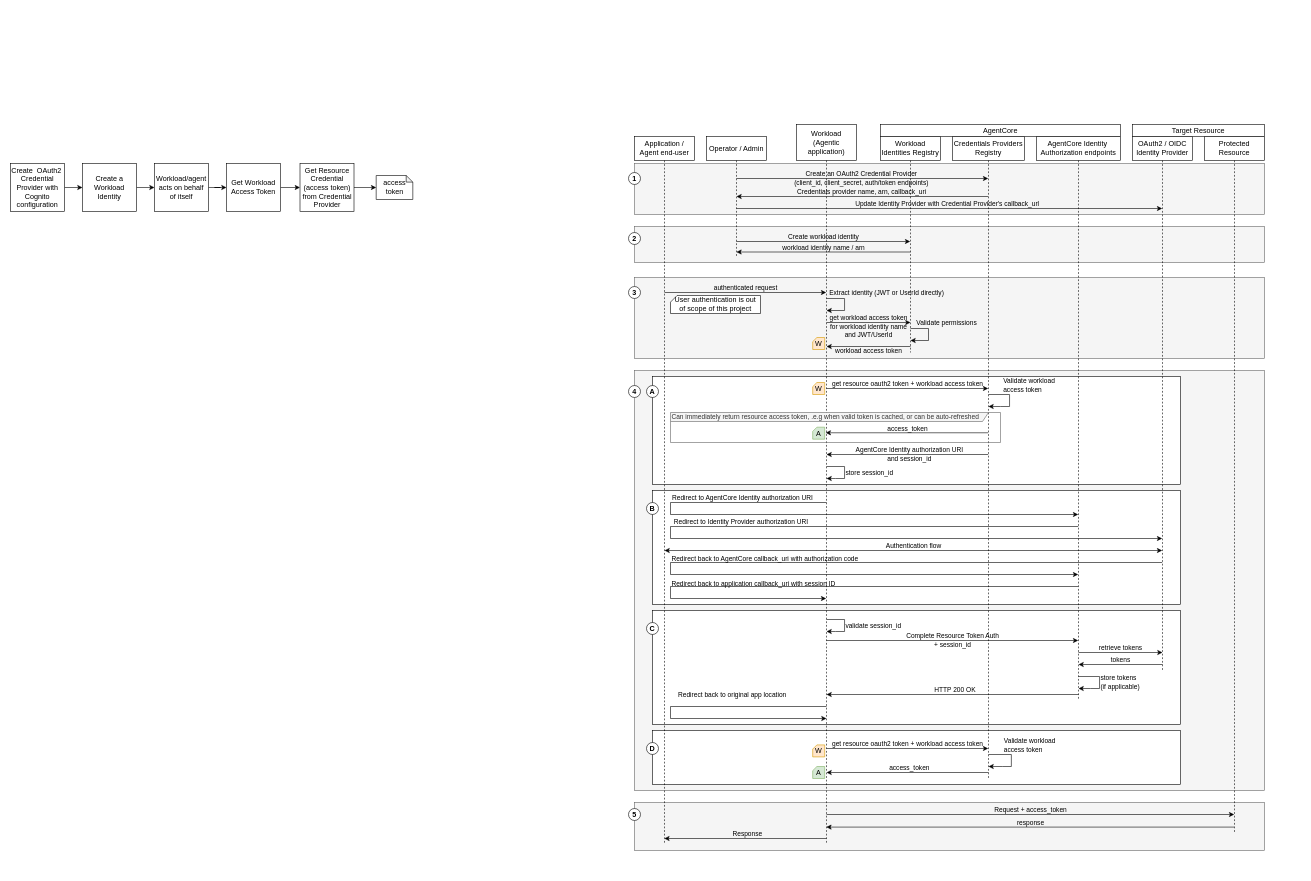
Earlier version of the draw.io diagram identity-user-federation-with-jwt/images/architecture.drawio (aal80/agentcore-samples). Source tidied: cells renumbered, new cells numbered last; positions are measured from the earlier drawing's top-left corner, leaving out a move shared by most shapes. Both pictures are drawn from the tidied source at 60%, with x=0, y=0 at pixel (10, 124).
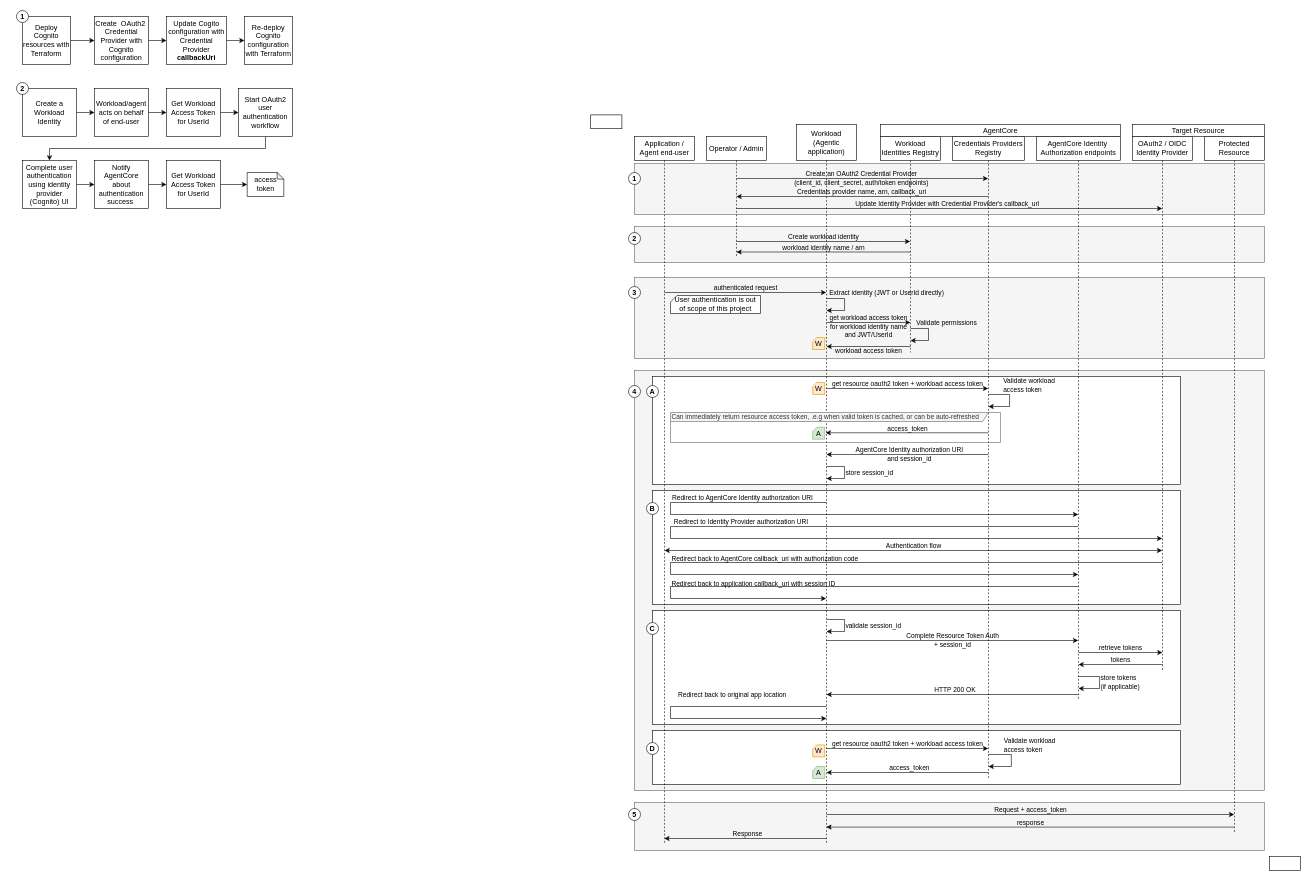
Above is the later version.

Diff of the diagram source:
```diff
@@
-    <mxCell id="31" style="edgeStyle=orthogonalEdgeStyle;rounded=0;jettySize=auto;html=1;exitX=1;exitY=0.5;exitDx=0;exitDy=0;" parent="1" edge="1" source="32" target="34">
+    <mxCell id="31" style="edgeStyle=orthogonalEdgeStyle;rounded=0;jettySize=auto;html=1;exitX=1;exitY=0.5;exitDx=0;exitDy=0;entryX=0;entryY=0.5;entryDx=0;entryDy=0;" parent="1" edge="1" source="32" target="34">
       <mxGeometry relative="1" as="geometry" />
     </mxCell>
-    <mxCell id="32" value="Workload/agent acts on behalf of itself" style="rounded=0;whiteSpace=wrap;html=1;" parent="1" vertex="1">
-      <mxGeometry x="240" y="65" width="90" height="80" as="geometry" />
+    <mxCell id="32" value="Workload/agent acts on behalf of end-user" style="rounded=0;whiteSpace=wrap;html=1;" parent="1" vertex="1">
+      <mxGeometry x="140" y="-60" width="90" height="80" as="geometry" />
     </mxCell>
@@
-    <mxCell id="34" value="Get Workload Access Token" style="rounded=0;whiteSpace=wrap;html=1;" parent="1" vertex="1">
-      <mxGeometry x="360" y="65" width="90" height="80" as="geometry" />
+    <mxCell id="34" value="Get Workload Access Token for UserId" style="rounded=0;whiteSpace=wrap;html=1;" parent="1" vertex="1">
+      <mxGeometry x="260" y="-60" width="90" height="80" as="geometry" />
     </mxCell>
-    <mxCell id="35" style="edgeStyle=orthogonalEdgeStyle;rounded=0;jettySize=auto;html=1;exitX=1;exitY=0.5;exitDx=0;exitDy=0;entryX=0;entryY=0.5;entryDx=0;entryDy=0;" parent="1" edge="1" source="36" target="38">
-      <mxGeometry relative="1" as="geometry" />
-    </mxCell>
-    <mxCell id="36" value="Create&amp;nbsp; OAuth2&amp;nbsp;&lt;div&gt;Credential Provider with Cognito configuration&lt;/div&gt;" style="rounded=0;whiteSpace=wrap;html=1;" parent="1" vertex="1">
-      <mxGeometry y="65" width="90" height="80" as="geometry" />
-    </mxCell>
@@
     <mxCell id="38" value="Create a Workload Identity" style="rounded=0;whiteSpace=wrap;html=1;" parent="1" vertex="1">
-      <mxGeometry x="120" y="65" width="90" height="80" as="geometry" />
+      <mxGeometry x="20" y="-60" width="90" height="80" as="geometry" />
     </mxCell>
+    <mxCell id="81" style="edgeStyle=orthogonalEdgeStyle;rounded=0;jettySize=auto;html=1;exitX=0.5;exitY=1;exitDx=0;exitDy=0;entryX=0.5;entryY=0;entryDx=0;entryDy=0;" parent="1" edge="1" source="39" target="93">
+      <mxGeometry relative="1" as="geometry" />
+    </mxCell>
-    <mxCell id="39" value="Get Resource Credential (access token) from Credential Provider" style="rounded=0;whiteSpace=wrap;html=1;" parent="1" vertex="1">
-      <mxGeometry x="482.5" y="65" width="90" height="80" as="geometry" />
+    <mxCell id="39" value="Start OAuth2 user authentication workflow" style="rounded=0;whiteSpace=wrap;html=1;" parent="1" vertex="1">
+      <mxGeometry x="380" y="-60" width="90" height="80" as="geometry" />
     </mxCell>
     <mxCell id="40" value="access token" style="shape=note;whiteSpace=wrap;html=1;backgroundOutline=1;darkOpacity=0.05;size=11;" parent="1" vertex="1">
-      <mxGeometry x="609.5" y="85" width="61" height="40" as="geometry" />
+      <mxGeometry x="394.5" y="80" width="61" height="40" as="geometry" />
     </mxCell>
-    <mxCell id="41" style="edgeStyle=orthogonalEdgeStyle;rounded=0;jettySize=auto;html=1;exitX=1;exitY=0.5;exitDx=0;exitDy=0;entryX=0;entryY=0.5;entryDx=0;entryDy=0;entryPerimeter=0;" parent="1" edge="1" source="39" target="40">
-      <mxGeometry relative="1" as="geometry" />
-    </mxCell>
@@
+    <mxCell id="82" style="rounded=0;whiteSpace=wrap;html=1;" parent="1" vertex="1">
+      <mxGeometry x="967" y="-16" width="52" height="23" as="geometry" />
+    </mxCell>
+    <mxCell id="83" style="rounded=0;whiteSpace=wrap;html=1;" parent="1" vertex="1">
+      <mxGeometry x="2098" y="1220" width="52" height="23" as="geometry" />
+    </mxCell>
+    <mxCell id="84" style="edgeStyle=orthogonalEdgeStyle;rounded=0;jettySize=auto;html=1;exitX=1;exitY=0.5;exitDx=0;exitDy=0;entryX=0;entryY=0.5;entryDx=0;entryDy=0;" parent="1" edge="1" source="85" target="36">
+      <mxGeometry relative="1" as="geometry" />
+    </mxCell>
+    <mxCell id="85" value="Deploy Cognito resources with Terraform" style="rounded=0;whiteSpace=wrap;html=1;" parent="1" vertex="1">
+      <mxGeometry x="20" y="-180" width="80" height="80" as="geometry" />
+    </mxCell>
+    <mxCell id="86" style="edgeStyle=orthogonalEdgeStyle;rounded=0;jettySize=auto;html=1;exitX=1;exitY=0.5;exitDx=0;exitDy=0;entryX=0;entryY=0.5;entryDx=0;entryDy=0;" parent="1" edge="1" source="36" target="88">
+      <mxGeometry relative="1" as="geometry" />
+    </mxCell>
+    <mxCell id="36" value="Create&amp;nbsp; OAuth2&amp;nbsp;&lt;div&gt;Credential Provider with Cognito configuration&lt;/div&gt;" style="rounded=0;whiteSpace=wrap;html=1;" parent="1" vertex="1">
+      <mxGeometry x="140" y="-180" width="90" height="80" as="geometry" />
+    </mxCell>
+    <mxCell id="87" style="edgeStyle=orthogonalEdgeStyle;rounded=0;jettySize=auto;html=1;exitX=1;exitY=0.5;exitDx=0;exitDy=0;entryX=0;entryY=0.5;entryDx=0;entryDy=0;" parent="1" edge="1" source="88" target="89">
+      <mxGeometry relative="1" as="geometry" />
+    </mxCell>
+    <mxCell id="88" value="Update Cogito configuration with Credential Provider &lt;b&gt;callbackUri&lt;/b&gt;" style="rounded=0;whiteSpace=wrap;html=1;" parent="1" vertex="1">
+      <mxGeometry x="260" y="-180" width="100" height="80" as="geometry" />
+    </mxCell>
+    <mxCell id="89" value="Re-deploy Cognito configuration with Terraform" style="rounded=0;whiteSpace=wrap;html=1;" parent="1" vertex="1">
+      <mxGeometry x="390" y="-180" width="80" height="80" as="geometry" />
+    </mxCell>
+    <mxCell id="90" value="1" style="ellipse;whiteSpace=wrap;html=1;fontStyle=1;" parent="1" vertex="1">
+      <mxGeometry x="10" y="-190" width="20" height="20" as="geometry" />
+    </mxCell>
+    <mxCell id="91" value="2" style="ellipse;whiteSpace=wrap;html=1;fontStyle=1;" parent="1" vertex="1">
+      <mxGeometry x="10" y="-70" width="20" height="20" as="geometry" />
+    </mxCell>
+    <mxCell id="92" style="edgeStyle=orthogonalEdgeStyle;rounded=0;jettySize=auto;html=1;exitX=1;exitY=0.5;exitDx=0;exitDy=0;entryX=0;entryY=0.5;entryDx=0;entryDy=0;" parent="1" edge="1" source="93" target="95">
+      <mxGeometry relative="1" as="geometry" />
+    </mxCell>
+    <mxCell id="93" value="Complete user authentication using identity provider (Cognito) UI" style="rounded=0;whiteSpace=wrap;html=1;" parent="1" vertex="1">
+      <mxGeometry x="20" y="60" width="90" height="80" as="geometry" />
+    </mxCell>
+    <mxCell id="94" style="edgeStyle=orthogonalEdgeStyle;rounded=0;jettySize=auto;html=1;exitX=1;exitY=0.5;exitDx=0;exitDy=0;entryX=0;entryY=0.5;entryDx=0;entryDy=0;" parent="1" edge="1" source="95" target="96">
+      <mxGeometry relative="1" as="geometry" />
+    </mxCell>
+    <mxCell id="95" value="Notify AgentCore about authentication success&amp;nbsp;" style="rounded=0;whiteSpace=wrap;html=1;" parent="1" vertex="1">
+      <mxGeometry x="140" y="60" width="90" height="80" as="geometry" />
+    </mxCell>
+    <mxCell id="96" value="Get Workload Access Token for UserId" style="rounded=0;whiteSpace=wrap;html=1;" parent="1" vertex="1">
+      <mxGeometry x="260" y="60" width="90" height="80" as="geometry" />
+    </mxCell>
+    <mxCell id="97" style="edgeStyle=orthogonalEdgeStyle;rounded=0;jettySize=auto;html=1;exitX=1;exitY=0.5;exitDx=0;exitDy=0;entryX=0;entryY=0.5;entryDx=0;entryDy=0;entryPerimeter=0;" parent="1" edge="1" source="96" target="40">
+      <mxGeometry relative="1" as="geometry" />
+    </mxCell>
```
